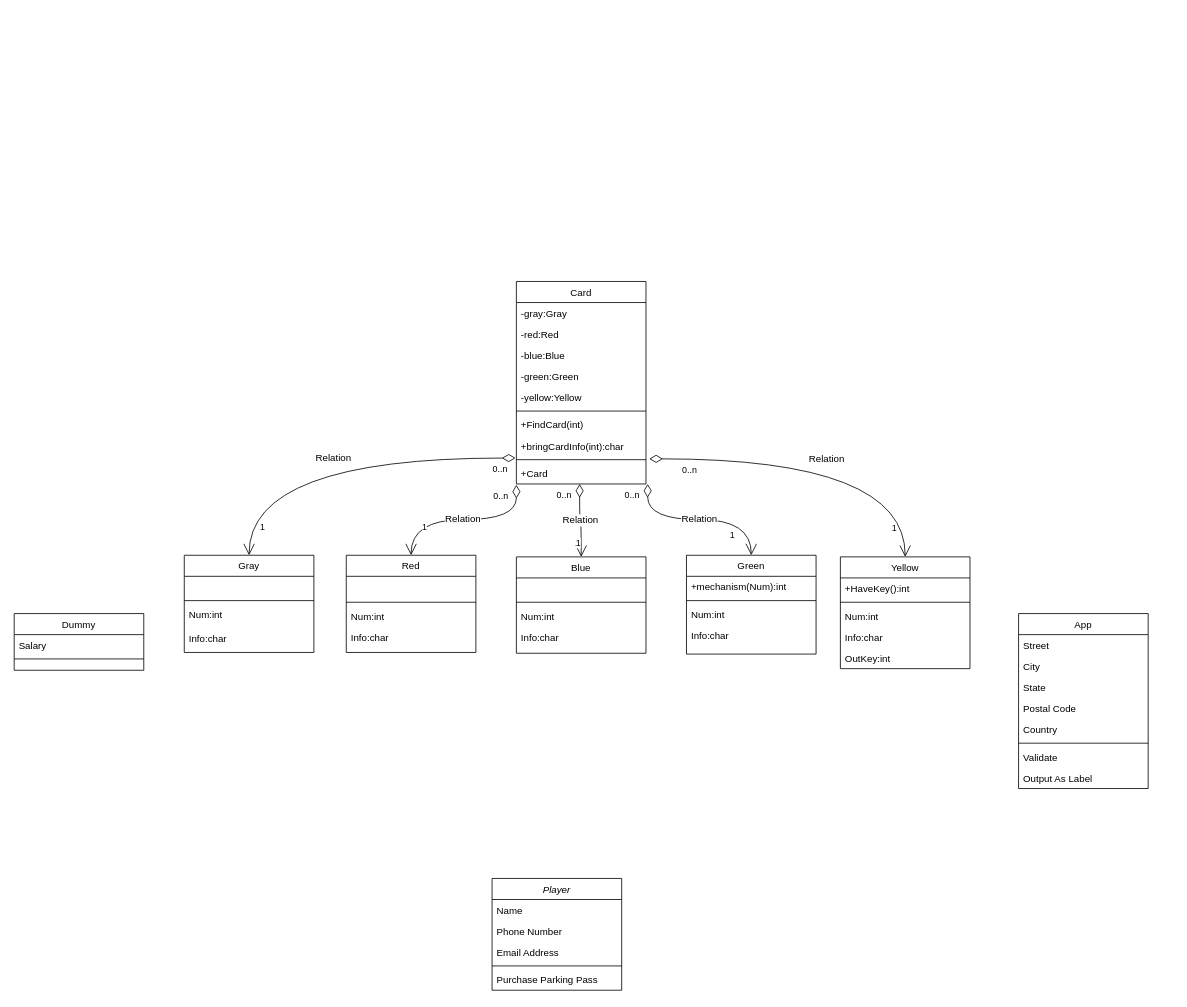
This is 언락2 클래스 다이어그램.drawio from tlMark/files, a draw.io file, before an edit. Source tidied: cells renumbered, new cells numbered last; positions are measured from the earlier drawing's top-left corner, leaving out a move shared by most shapes. Both pictures are drawn from the tidied source at 81%, with x=0, y=0 at pixel (14, 281).
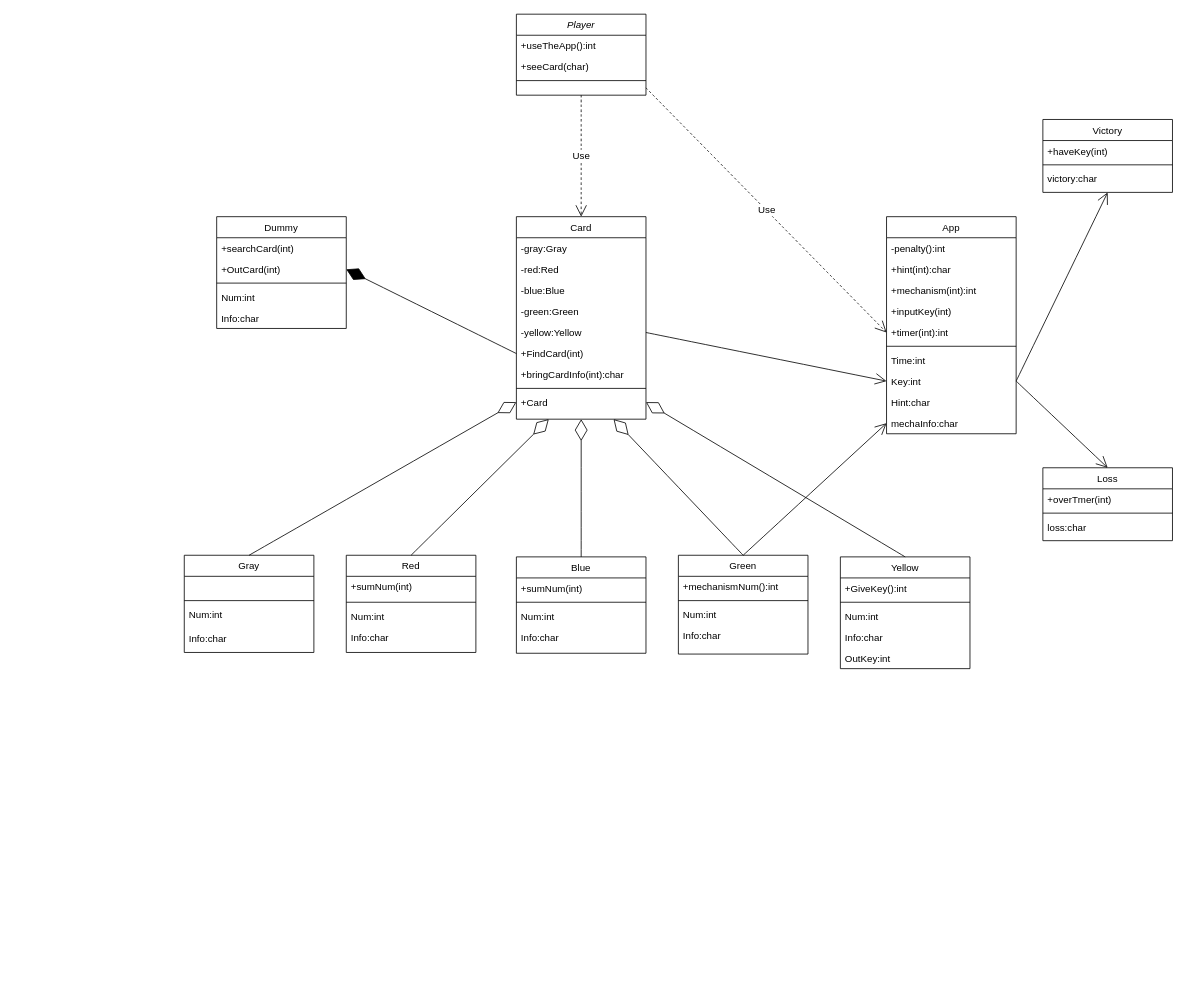
The same diagram, later.

Commit message (it also covers changes not shown here):
언락2 클래스 다이어그램.drawio 업데이트

Unchanged cells that the change refers to:
```xml
<mxCell id="13" value="-yellow:Yellow" style="text;align=left;verticalAlign=top;spacingLeft=4;spacingRight=4;overflow=hidden;points=[[0,0.5],[1,0.5]];portConstraint=eastwest;rounded=0;shadow=0;html=0;" parent="8" vertex="1">
  <mxGeometry y="130" width="160" height="26" as="geometry" />
</mxCell>
<mxCell id="31" value="Gray" style="swimlane;fontStyle=0;align=center;verticalAlign=top;horizontal=1;startSize=26;rounded=0;shadow=0;strokeWidth=1;" parent="1" vertex="1">
  <mxGeometry x="210" y="338" width="160" height="120" as="geometry" />
</mxCell>
<mxCell id="36" value="Red" style="swimlane;fontStyle=0;align=center;verticalAlign=top;horizontal=1;startSize=26;rounded=0;shadow=0;strokeWidth=1;" parent="1" vertex="1">
  <mxGeometry x="410" y="338" width="160" height="120" as="geometry" />
</mxCell>
<mxCell id="41" value="Yellow" style="swimlane;fontStyle=0;align=center;verticalAlign=top;horizontal=1;startSize=26;rounded=0;shadow=0;strokeWidth=1;" parent="1" vertex="1">
  <mxGeometry x="1020" y="340" width="160" height="138" as="geometry" />
</mxCell>
<mxCell id="52" value="Blue" style="swimlane;fontStyle=0;align=center;verticalAlign=top;horizontal=1;startSize=26;rounded=0;shadow=0;strokeWidth=1;" parent="1" vertex="1">
  <mxGeometry x="620" y="340" width="160" height="119" as="geometry" />
</mxCell>
```

What changed in the source:
```diff
@@
     <mxCell id="2" value="Player" style="swimlane;fontStyle=2;align=center;verticalAlign=top;horizontal=1;startSize=26;rounded=0;shadow=0;strokeWidth=1;" parent="1" vertex="1">
-      <mxGeometry x="590" y="737" width="160" height="138" as="geometry" />
+      <mxGeometry x="620" y="-330" width="160" height="100" as="geometry" />
     </mxCell>
-    <mxCell id="3" value="Name" style="text;align=left;verticalAlign=top;spacingLeft=4;spacingRight=4;overflow=hidden;" parent="2" vertex="1">
+    <mxCell id="3" value="+useTheApp():int" style="text;align=left;verticalAlign=top;spacingLeft=4;spacingRight=4;overflow=hidden;" parent="2" vertex="1">
       <mxGeometry y="26" width="160" height="26" as="geometry" />
     </mxCell>
-    <mxCell id="4" value="Phone Number" style="text;align=left;verticalAlign=top;spacingLeft=4;spacingRight=4;overflow=hidden;rounded=0;shadow=0;html=0;" parent="2" vertex="1">
+    <mxCell id="4" value="+seeCard(char)" style="text;align=left;verticalAlign=top;spacingLeft=4;spacingRight=4;overflow=hidden;rounded=0;shadow=0;html=0;" parent="2" vertex="1">
       <mxGeometry y="52" width="160" height="26" as="geometry" />
     </mxCell>
-    <mxCell id="5" value="Email Address" style="text;align=left;verticalAlign=top;spacingLeft=4;spacingRight=4;overflow=hidden;rounded=0;shadow=0;html=0;" parent="2" vertex="1">
-      <mxGeometry y="78" width="160" height="26" as="geometry" />
-    </mxCell>
     <mxCell id="6" style="line;html=1;strokeWidth=1;align=left;verticalAlign=middle;spacingTop=-1;spacingLeft=3;spacingRight=3;labelPosition=right;" parent="2" vertex="1">
-      <mxGeometry y="104" width="160" height="8" as="geometry" />
+      <mxGeometry y="78" width="160" height="8" as="geometry" />
     </mxCell>
-    <mxCell id="7" value="Purchase Parking Pass" style="text;align=left;verticalAlign=top;spacingLeft=4;spacingRight=4;overflow=hidden;" parent="2" vertex="1">
-      <mxGeometry y="112" width="160" height="26" as="geometry" />
-    </mxCell>
     <mxCell id="8" value="Card" style="swimlane;fontStyle=0;align=center;verticalAlign=top;horizontal=1;startSize=26;rounded=0;shadow=0;strokeWidth=1;" parent="1" vertex="1">
-      <mxGeometry x="620" width="160" height="250" as="geometry" />
+      <mxGeometry x="620" y="-80" width="160" height="250" as="geometry" />
     </mxCell>
@@
-    <mxCell id="14" style="line;html=1;strokeWidth=1;align=left;verticalAlign=middle;spacingTop=-1;spacingLeft=3;spacingRight=3;labelPosition=right;" parent="8" vertex="1">
-      <mxGeometry y="156" width="160" height="8" as="geometry" />
-    </mxCell>
     <mxCell id="15" value="+FindCard(int)" style="text;align=left;verticalAlign=top;spacingLeft=4;spacingRight=4;overflow=hidden;points=[[0,0.5],[1,0.5]];portConstraint=eastwest;fontStyle=0;" parent="8" vertex="1">
-      <mxGeometry y="164" width="160" height="26" as="geometry" />
+      <mxGeometry y="156" width="160" height="26" as="geometry" />
     </mxCell>
     <mxCell id="16" value="+bringCardInfo(int):char" style="text;align=left;verticalAlign=top;spacingLeft=4;spacingRight=4;overflow=hidden;points=[[0,0.5],[1,0.5]];portConstraint=eastwest;" parent="8" vertex="1">
-      <mxGeometry y="190" width="160" height="26" as="geometry" />
+      <mxGeometry y="182" width="160" height="26" as="geometry" />
     </mxCell>
     <mxCell id="17" style="line;html=1;strokeWidth=1;align=left;verticalAlign=middle;spacingTop=-1;spacingLeft=3;spacingRight=3;labelPosition=right;" parent="8" vertex="1">
-      <mxGeometry y="216" width="160" height="8" as="geometry" />
+      <mxGeometry y="208" width="160" height="8" as="geometry" />
     </mxCell>
     <mxCell id="18" value="+Card" style="text;align=left;verticalAlign=top;spacingLeft=4;spacingRight=4;overflow=hidden;points=[[0,0.5],[1,0.5]];portConstraint=eastwest;" parent="8" vertex="1">
-      <mxGeometry y="224" width="160" height="26" as="geometry" />
+      <mxGeometry y="216" width="160" height="26" as="geometry" />
     </mxCell>
     <mxCell id="19" value="Dummy" style="swimlane;fontStyle=0;align=center;verticalAlign=top;horizontal=1;startSize=26;rounded=0;shadow=0;strokeWidth=1;" parent="1" vertex="1">
-      <mxGeometry y="410" width="160" height="70" as="geometry" />
+      <mxGeometry x="250" y="-80" width="160" height="138" as="geometry" />
     </mxCell>
-    <mxCell id="20" value="Salary" style="text;align=left;verticalAlign=top;spacingLeft=4;spacingRight=4;overflow=hidden;" parent="19" vertex="1">
+    <mxCell id="20" value="+searchCard(int)" style="text;align=left;verticalAlign=top;spacingLeft=4;spacingRight=4;overflow=hidden;" parent="19" vertex="1">
       <mxGeometry y="26" width="160" height="26" as="geometry" />
     </mxCell>
+    <mxCell id="72" value="+OutCard(int)" style="text;align=left;verticalAlign=top;spacingLeft=4;spacingRight=4;overflow=hidden;points=[[0,0.5],[1,0.5]];portConstraint=eastwest;" parent="19" vertex="1">
+      <mxGeometry y="52" width="160" height="26" as="geometry" />
+    </mxCell>
     <mxCell id="21" style="line;html=1;strokeWidth=1;align=left;verticalAlign=middle;spacingTop=-1;spacingLeft=3;spacingRight=3;labelPosition=right;" parent="19" vertex="1">
-      <mxGeometry y="52" width="160" height="8" as="geometry" />
+      <mxGeometry y="78" width="160" height="8" as="geometry" />
     </mxCell>
+    <mxCell id="73" value="Num:int" style="text;align=left;verticalAlign=top;spacingLeft=4;spacingRight=4;overflow=hidden;" parent="19" vertex="1">
+      <mxGeometry y="86" width="160" height="26" as="geometry" />
+    </mxCell>
+    <mxCell id="74" value="Info:char" style="text;align=left;verticalAlign=top;spacingLeft=4;spacingRight=4;overflow=hidden;" parent="19" vertex="1">
+      <mxGeometry y="112" width="160" height="26" as="geometry" />
+    </mxCell>
     <mxCell id="22" value="App" style="swimlane;fontStyle=0;align=center;verticalAlign=top;horizontal=1;startSize=26;rounded=0;shadow=0;strokeWidth=1;" parent="1" vertex="1">
-      <mxGeometry x="1240" y="410" width="160" height="216" as="geometry" />
+      <mxGeometry x="1077" y="-80" width="160" height="268" as="geometry" />
     </mxCell>
-    <mxCell id="23" value="Street" style="text;align=left;verticalAlign=top;spacingLeft=4;spacingRight=4;overflow=hidden;" parent="22" vertex="1">
+    <mxCell id="23" value="-penalty():int" style="text;align=left;verticalAlign=top;spacingLeft=4;spacingRight=4;overflow=hidden;" parent="22" vertex="1">
       <mxGeometry y="26" width="160" height="26" as="geometry" />
     </mxCell>
-    <mxCell id="24" value="City" style="text;align=left;verticalAlign=top;spacingLeft=4;spacingRight=4;overflow=hidden;rounded=0;shadow=0;html=0;" parent="22" vertex="1">
+    <mxCell id="24" value="+hint(int):char" style="text;align=left;verticalAlign=top;spacingLeft=4;spacingRight=4;overflow=hidden;rounded=0;shadow=0;html=0;" parent="22" vertex="1">
       <mxGeometry y="52" width="160" height="26" as="geometry" />
     </mxCell>
-    <mxCell id="25" value="State" style="text;align=left;verticalAlign=top;spacingLeft=4;spacingRight=4;overflow=hidden;rounded=0;shadow=0;html=0;" parent="22" vertex="1">
+    <mxCell id="25" value="+mechanism(int):int" style="text;align=left;verticalAlign=top;spacingLeft=4;spacingRight=4;overflow=hidden;rounded=0;shadow=0;html=0;fontSize=12;" parent="22" vertex="1">
       <mxGeometry y="78" width="160" height="26" as="geometry" />
     </mxCell>
-    <mxCell id="26" value="Postal Code" style="text;align=left;verticalAlign=top;spacingLeft=4;spacingRight=4;overflow=hidden;rounded=0;shadow=0;html=0;" parent="22" vertex="1">
+    <mxCell id="26" value="+inputKey(int)" style="text;align=left;verticalAlign=top;spacingLeft=4;spacingRight=4;overflow=hidden;rounded=0;shadow=0;html=0;" parent="22" vertex="1">
       <mxGeometry y="104" width="160" height="26" as="geometry" />
     </mxCell>
-    <mxCell id="27" value="Country" style="text;align=left;verticalAlign=top;spacingLeft=4;spacingRight=4;overflow=hidden;points=[[0,0.5],[1,0.5]];portConstraint=eastwest;rounded=0;shadow=0;html=0;" parent="22" vertex="1">
+    <mxCell id="27" value="+timer(int):int" style="text;align=left;verticalAlign=top;spacingLeft=4;spacingRight=4;overflow=hidden;points=[[0,0.5],[1,0.5]];portConstraint=eastwest;rounded=0;shadow=0;html=0;" parent="22" vertex="1">
       <mxGeometry y="130" width="160" height="26" as="geometry" />
     </mxCell>
@@
-    <mxCell id="29" value="Validate" style="text;align=left;verticalAlign=top;spacingLeft=4;spacingRight=4;overflow=hidden;" parent="22" vertex="1">
+    <mxCell id="29" value="Time:int" style="text;align=left;verticalAlign=top;spacingLeft=4;spacingRight=4;overflow=hidden;" parent="22" vertex="1">
       <mxGeometry y="164" width="160" height="26" as="geometry" />
     </mxCell>
-    <mxCell id="30" value="Output As Label" style="text;align=left;verticalAlign=top;spacingLeft=4;spacingRight=4;overflow=hidden;points=[[0,0.5],[1,0.5]];portConstraint=eastwest;" parent="22" vertex="1">
+    <mxCell id="30" value="Key:int" style="text;align=left;verticalAlign=top;spacingLeft=4;spacingRight=4;overflow=hidden;points=[[0,0.5],[1,0.5]];portConstraint=eastwest;" parent="22" vertex="1">
       <mxGeometry y="190" width="160" height="26" as="geometry" />
     </mxCell>
+    <mxCell id="75" value="Hint:char" style="text;align=left;verticalAlign=top;spacingLeft=4;spacingRight=4;overflow=hidden;" parent="22" vertex="1">
+      <mxGeometry y="216" width="160" height="26" as="geometry" />
+    </mxCell>
+    <mxCell id="76" value="mechaInfo:char" style="text;align=left;verticalAlign=top;spacingLeft=4;spacingRight=4;overflow=hidden;points=[[0,0.5],[1,0.5]];portConstraint=eastwest;" parent="22" vertex="1">
+      <mxGeometry y="242" width="160" height="26" as="geometry" />
+    </mxCell>
@@
-    <mxCell id="37" value=" " style="text;align=left;verticalAlign=top;spacingLeft=4;spacingRight=4;overflow=hidden;rounded=0;shadow=0;html=0;" parent="36" vertex="1">
+    <mxCell id="37" value="+sumNum(int)" style="text;align=left;verticalAlign=top;spacingLeft=4;spacingRight=4;overflow=hidden;rounded=0;shadow=0;html=0;" parent="36" vertex="1">
       <mxGeometry y="26" width="160" height="28" as="geometry" />
     </mxCell>
@@
-    <mxCell id="42" value="+HaveKey():int" style="text;align=left;verticalAlign=top;spacingLeft=4;spacingRight=4;overflow=hidden;rounded=0;shadow=0;html=0;" parent="41" vertex="1">
+    <mxCell id="42" value="+GiveKey():int" style="text;align=left;verticalAlign=top;spacingLeft=4;spacingRight=4;overflow=hidden;rounded=0;shadow=0;html=0;" parent="41" vertex="1">
       <mxGeometry y="26" width="160" height="26" as="geometry" />
     </mxCell>
@@
     <mxCell id="47" value="Green" style="swimlane;fontStyle=0;align=center;verticalAlign=top;horizontal=1;startSize=26;rounded=0;shadow=0;strokeWidth=1;" parent="1" vertex="1">
-      <mxGeometry x="830" y="338" width="160" height="122" as="geometry" />
+      <mxGeometry x="820" y="338" width="160" height="122" as="geometry" />
     </mxCell>
-    <mxCell id="48" value="+mechanism(Num):int" style="text;align=left;verticalAlign=top;spacingLeft=4;spacingRight=4;overflow=hidden;rounded=0;shadow=0;html=0;" parent="47" vertex="1">
+    <mxCell id="48" value="+mechanismNum():int" style="text;align=left;verticalAlign=top;spacingLeft=4;spacingRight=4;overflow=hidden;rounded=0;shadow=0;html=0;" parent="47" vertex="1">
       <mxGeometry y="26" width="160" height="26" as="geometry" />
     </mxCell>
@@
-    <mxCell id="53" value=" " style="text;align=left;verticalAlign=top;spacingLeft=4;spacingRight=4;overflow=hidden;rounded=0;shadow=0;html=0;" parent="52" vertex="1">
+    <mxCell id="53" value="+sumNum(int)" style="text;align=left;verticalAlign=top;spacingLeft=4;spacingRight=4;overflow=hidden;rounded=0;shadow=0;html=0;" parent="52" vertex="1">
       <mxGeometry y="26" width="160" height="26" as="geometry" />
     </mxCell>
@@
-    <mxCell id="57" value="Relation" style="endArrow=open;html=1;endSize=12;startArrow=diamondThin;startSize=14;startFill=0;edgeStyle=orthogonalEdgeStyle;rounded=0;fontSize=12;curved=1;exitX=-0.006;exitY=1.077;exitDx=0;exitDy=0;entryX=0.5;entryY=0;entryDx=0;entryDy=0;exitPerimeter=0;" parent="1" edge="1" source="16" target="31">
-      <mxGeometry relative="1" as="geometry" />
-    </mxCell>
-    <mxCell id="58" value="0..n" style="edgeLabel;html=1;align=left;verticalAlign=top;" parent="57" vertex="1">
-      <mxGeometry x="-1" relative="1" as="geometry">
-        <mxPoint x="-30" y="1" as="offset" />
-      </mxGeometry>
-    </mxCell>
-    <mxCell id="59" value="1" style="edgeLabel;html=1;align=right;verticalAlign=top;" parent="57" vertex="1">
-      <mxGeometry x="1" relative="1" as="geometry">
-        <mxPoint x="20" y="-48" as="offset" />
-      </mxGeometry>
-    </mxCell>
-    <mxCell id="60" value="Relation" style="endArrow=open;html=1;endSize=12;startArrow=diamondThin;startSize=14;startFill=0;edgeStyle=orthogonalEdgeStyle;rounded=0;fontSize=12;curved=1;entryX=0.5;entryY=0;entryDx=0;entryDy=0;exitX=0;exitY=1.038;exitDx=0;exitDy=0;exitPerimeter=0;" parent="1" edge="1" source="18" target="36">
-      <mxGeometry relative="1" as="geometry" />
-    </mxCell>
-    <mxCell id="61" value="0..n" style="edgeLabel;html=1;align=left;verticalAlign=top;" parent="60" vertex="1">
-      <mxGeometry x="-1" relative="1" as="geometry">
-        <mxPoint x="-30" y="1" as="offset" />
-      </mxGeometry>
-    </mxCell>
-    <mxCell id="62" value="1" style="edgeLabel;html=1;align=right;verticalAlign=top;" parent="60" vertex="1">
-      <mxGeometry x="1" relative="1" as="geometry">
-        <mxPoint x="20" y="-48" as="offset" />
-      </mxGeometry>
-    </mxCell>
-    <mxCell id="63" value="Relation" style="endArrow=open;html=1;endSize=12;startArrow=diamondThin;startSize=14;startFill=0;edgeStyle=orthogonalEdgeStyle;rounded=0;fontSize=12;curved=1;exitX=0.488;exitY=1;exitDx=0;exitDy=0;entryX=0.5;entryY=0;entryDx=0;entryDy=0;exitPerimeter=0;" parent="1" edge="1" source="18" target="52">
-      <mxGeometry relative="1" as="geometry" />
-    </mxCell>
-    <mxCell id="64" value="0..n" style="edgeLabel;html=1;align=left;verticalAlign=top;" parent="63" vertex="1">
-      <mxGeometry x="-1" relative="1" as="geometry">
-        <mxPoint x="-30" y="1" as="offset" />
-      </mxGeometry>
-    </mxCell>
-    <mxCell id="65" value="1" style="edgeLabel;html=1;align=right;verticalAlign=top;" parent="63" vertex="1">
-      <mxGeometry x="1" relative="1" as="geometry">
-        <mxPoint y="-30" as="offset" />
-      </mxGeometry>
-    </mxCell>
-    <mxCell id="66" value="Relation" style="endArrow=open;html=1;endSize=12;startArrow=diamondThin;startSize=14;startFill=0;edgeStyle=orthogonalEdgeStyle;rounded=0;fontSize=12;curved=1;entryX=0.5;entryY=0;entryDx=0;entryDy=0;exitX=1.013;exitY=1;exitDx=0;exitDy=0;exitPerimeter=0;" parent="1" edge="1" source="18" target="47">
-      <mxGeometry relative="1" as="geometry" />
-    </mxCell>
-    <mxCell id="67" value="0..n" style="edgeLabel;html=1;align=left;verticalAlign=top;" parent="66" vertex="1">
-      <mxGeometry x="-1" relative="1" as="geometry">
-        <mxPoint x="-30" y="1" as="offset" />
-      </mxGeometry>
-    </mxCell>
-    <mxCell id="68" value="1" style="edgeLabel;html=1;align=right;verticalAlign=top;" parent="66" vertex="1">
-      <mxGeometry x="1" relative="1" as="geometry">
-        <mxPoint x="-20" y="-38" as="offset" />
-      </mxGeometry>
-    </mxCell>
-    <mxCell id="69" value="Relation" style="endArrow=open;html=1;endSize=12;startArrow=diamondThin;startSize=14;startFill=0;edgeStyle=orthogonalEdgeStyle;rounded=0;fontSize=12;curved=1;exitX=1.025;exitY=1.115;exitDx=0;exitDy=0;entryX=0.5;entryY=0;entryDx=0;entryDy=0;exitPerimeter=0;" parent="1" edge="1" source="16" target="41">
-      <mxGeometry relative="1" as="geometry" />
-    </mxCell>
-    <mxCell id="70" value="0..n" style="edgeLabel;html=1;align=left;verticalAlign=top;" parent="69" vertex="1">
-      <mxGeometry x="-1" relative="1" as="geometry">
-        <mxPoint x="39" y="1" as="offset" />
-      </mxGeometry>
-    </mxCell>
-    <mxCell id="71" value="1" style="edgeLabel;html=1;align=right;verticalAlign=top;" parent="69" vertex="1">
-      <mxGeometry x="1" relative="1" as="geometry">
-        <mxPoint x="-10" y="-48" as="offset" />
-      </mxGeometry>
-    </mxCell>
+    <mxCell id="77" style="endArrow=diamondThin;endFill=0;endSize=24;html=1;rounded=0;fontSize=12;curved=1;exitX=0.5;exitY=0;exitDx=0;exitDy=0;entryX=0;entryY=0.5;entryDx=0;entryDy=0;" parent="1" edge="1" source="31" target="18">
+      <mxGeometry relative="1" as="geometry" />
+    </mxCell>
+    <mxCell id="78" style="endArrow=diamondThin;endFill=0;endSize=24;html=1;rounded=0;fontSize=12;curved=1;exitX=0.5;exitY=0;exitDx=0;exitDy=0;entryX=0.25;entryY=1;entryDx=0;entryDy=0;" parent="1" edge="1" source="36" target="8">
+      <mxGeometry relative="1" as="geometry" />
+    </mxCell>
+    <mxCell id="79" style="endArrow=diamondThin;endFill=0;endSize=24;html=1;rounded=0;fontSize=12;curved=1;exitX=0.5;exitY=0;exitDx=0;exitDy=0;entryX=0.5;entryY=1;entryDx=0;entryDy=0;" parent="1" edge="1" source="52" target="8">
+      <mxGeometry relative="1" as="geometry" />
+    </mxCell>
+    <mxCell id="80" style="endArrow=diamondThin;endFill=0;endSize=24;html=1;rounded=0;fontSize=12;curved=1;exitX=0.5;exitY=0;exitDx=0;exitDy=0;entryX=0.75;entryY=1;entryDx=0;entryDy=0;" parent="1" edge="1" source="47" target="8">
+      <mxGeometry relative="1" as="geometry" />
+    </mxCell>
+    <mxCell id="81" style="endArrow=diamondThin;endFill=0;endSize=24;html=1;rounded=0;fontSize=12;curved=1;exitX=0.5;exitY=0;exitDx=0;exitDy=0;entryX=1;entryY=0.5;entryDx=0;entryDy=0;" parent="1" edge="1" source="41" target="18">
+      <mxGeometry relative="1" as="geometry" />
+    </mxCell>
+    <mxCell id="82" style="endArrow=diamondThin;endFill=1;endSize=24;html=1;rounded=0;fontSize=12;curved=1;exitX=0;exitY=0.5;exitDx=0;exitDy=0;entryX=1;entryY=0.5;entryDx=0;entryDy=0;" parent="1" edge="1" source="15" target="72">
+      <mxGeometry relative="1" as="geometry" />
+    </mxCell>
+    <mxCell id="83" value="Use" style="endArrow=open;endSize=12;dashed=1;html=1;rounded=0;fontSize=12;curved=1;exitX=1;exitY=0.5;exitDx=0;exitDy=0;entryX=0;entryY=0.5;entryDx=0;entryDy=0;" parent="1" edge="1" target="27">
+      <mxGeometry relative="1" as="geometry">
+        <mxPoint x="780" y="-239" as="sourcePoint" />
+      </mxGeometry>
+    </mxCell>
+    <mxCell id="84" value="Use" style="endArrow=open;endSize=12;dashed=1;html=1;rounded=0;fontSize=12;curved=1;entryX=0.5;entryY=0;entryDx=0;entryDy=0;exitX=0.5;exitY=1;exitDx=0;exitDy=0;" parent="1" edge="1" source="2" target="8">
+      <mxGeometry relative="1" as="geometry" />
+    </mxCell>
+    <mxCell id="85" style="endArrow=open;endFill=1;endSize=12;html=1;rounded=0;fontSize=12;curved=1;exitX=1;exitY=0.5;exitDx=0;exitDy=0;entryX=0;entryY=0.5;entryDx=0;entryDy=0;" parent="1" edge="1" source="13" target="30">
+      <mxGeometry relative="1" as="geometry" />
+    </mxCell>
+    <mxCell id="86" style="endArrow=open;endFill=1;endSize=12;html=1;rounded=0;fontSize=12;curved=1;exitX=0.5;exitY=0;exitDx=0;exitDy=0;entryX=0;entryY=0.5;entryDx=0;entryDy=0;" parent="1" edge="1" source="47" target="76">
+      <mxGeometry relative="1" as="geometry" />
+    </mxCell>
+    <mxCell id="87" value="Victory" style="swimlane;fontStyle=0;align=center;verticalAlign=top;horizontal=1;startSize=26;rounded=0;shadow=0;strokeWidth=1;" parent="1" vertex="1">
+      <mxGeometry x="1270" y="-200" width="160" height="90" as="geometry" />
+    </mxCell>
+    <mxCell id="88" value="+haveKey(int)" style="text;align=left;verticalAlign=top;spacingLeft=4;spacingRight=4;overflow=hidden;" parent="87" vertex="1">
+      <mxGeometry y="26" width="160" height="26" as="geometry" />
+    </mxCell>
+    <mxCell id="89" style="line;html=1;strokeWidth=1;align=left;verticalAlign=middle;spacingTop=-1;spacingLeft=3;spacingRight=3;labelPosition=right;" parent="87" vertex="1">
+      <mxGeometry y="52" width="160" height="8" as="geometry" />
+    </mxCell>
+    <mxCell id="90" value="victory:char" style="text;align=left;verticalAlign=top;spacingLeft=4;spacingRight=4;overflow=hidden;" parent="87" vertex="1">
+      <mxGeometry y="60" width="160" height="26" as="geometry" />
+    </mxCell>
+    <mxCell id="91" value="Loss" style="swimlane;fontStyle=0;align=center;verticalAlign=top;horizontal=1;startSize=26;rounded=0;shadow=0;strokeWidth=1;" parent="1" vertex="1">
+      <mxGeometry x="1270" y="230" width="160" height="90" as="geometry" />
+    </mxCell>
+    <mxCell id="92" value="+overTmer(int)" style="text;align=left;verticalAlign=top;spacingLeft=4;spacingRight=4;overflow=hidden;" parent="91" vertex="1">
+      <mxGeometry y="26" width="160" height="26" as="geometry" />
+    </mxCell>
+    <mxCell id="93" style="line;html=1;strokeWidth=1;align=left;verticalAlign=middle;spacingTop=-1;spacingLeft=3;spacingRight=3;labelPosition=right;" parent="91" vertex="1">
+      <mxGeometry y="52" width="160" height="8" as="geometry" />
+    </mxCell>
+    <mxCell id="94" value="loss:char" style="text;align=left;verticalAlign=top;spacingLeft=4;spacingRight=4;overflow=hidden;" parent="91" vertex="1">
+      <mxGeometry y="60" width="160" height="26" as="geometry" />
+    </mxCell>
+    <mxCell id="95" style="endArrow=open;endFill=1;endSize=12;html=1;rounded=0;fontSize=12;curved=1;exitX=1;exitY=0.5;exitDx=0;exitDy=0;entryX=0.5;entryY=1;entryDx=0;entryDy=0;" parent="1" edge="1" source="30" target="87">
+      <mxGeometry relative="1" as="geometry" />
+    </mxCell>
+    <mxCell id="96" style="endArrow=open;endFill=1;endSize=12;html=1;rounded=0;fontSize=12;curved=1;entryX=0.5;entryY=0;entryDx=0;entryDy=0;exitX=1;exitY=0.5;exitDx=0;exitDy=0;" parent="1" edge="1" source="30" target="91">
+      <mxGeometry relative="1" as="geometry" />
+    </mxCell>
```
